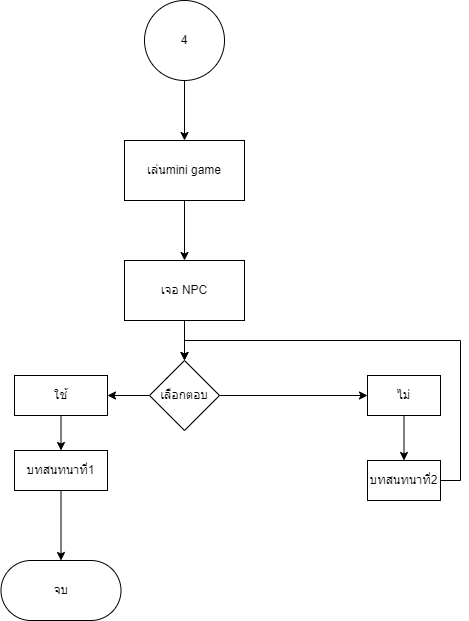
Above: 47.drawio.png in Pundow/ww (draw.io), before the change. Source tidied: cells renumbered, new cells last; positions are measured from the earlier drawing's top-left corner, leaving out a move shared by most shapes.
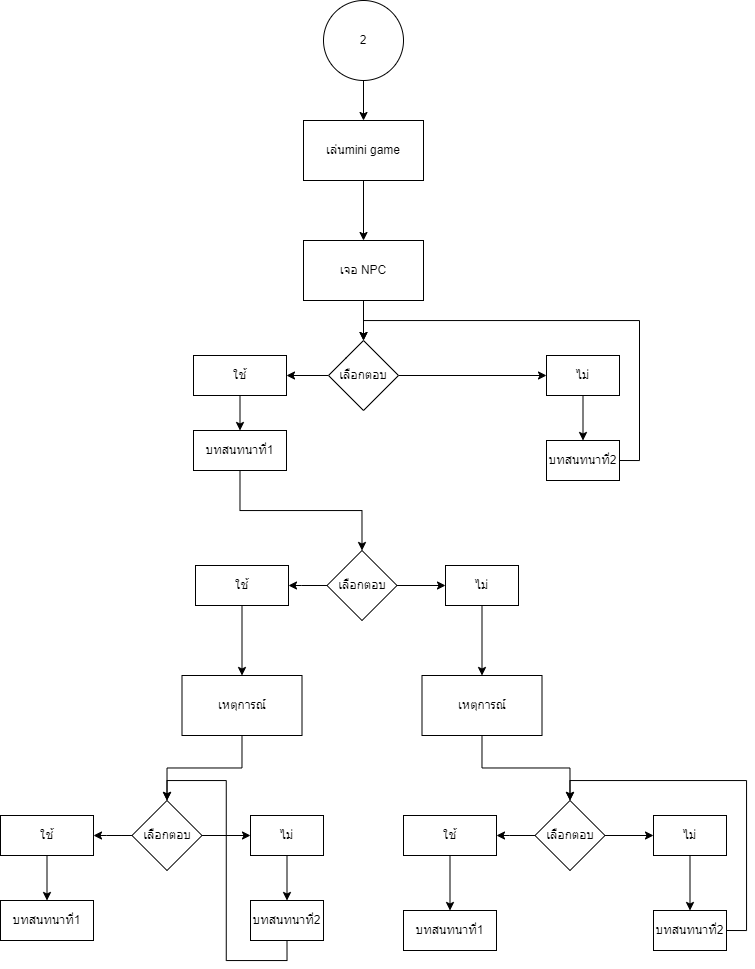
After the commit.

What changed in the source:
```diff
@@ -5,8 +5,8 @@
     <mxCell id="2" style="edgeStyle=orthogonalEdgeStyle;rounded=0;jettySize=auto;html=1;exitX=0.5;exitY=1;exitDx=0;exitDy=0;" parent="1" edge="1" source="3" target="5">
       <mxGeometry relative="1" as="geometry" />
     </mxCell>
-    <mxCell id="3" value="4" style="ellipse;whiteSpace=wrap;html=1;labelBackgroundColor=none;rounded=1;arcSize=0;" parent="1" vertex="1">
-      <mxGeometry x="144" width="80" height="80" as="geometry" />
+    <mxCell id="3" value="2" style="ellipse;whiteSpace=wrap;html=1;labelBackgroundColor=none;rounded=1;arcSize=0;" parent="1" vertex="1">
+      <mxGeometry x="144" y="20" width="80" height="80" as="geometry" />
     </mxCell>
     <mxCell id="4" style="edgeStyle=orthogonalEdgeStyle;rounded=0;jettySize=auto;html=1;" parent="1" edge="1" source="5" target="7">
       <mxGeometry relative="1" as="geometry" />
@@ -47,14 +47,104 @@
     <mxCell id="16" value="บทสนทนาที่2" style="whiteSpace=wrap;html=1;labelBackgroundColor=none;rounded=1;arcSize=0;" parent="1" vertex="1">
       <mxGeometry x="367" y="460" width="73" height="40" as="geometry" />
     </mxCell>
-    <mxCell id="17" style="edgeStyle=orthogonalEdgeStyle;rounded=0;jettySize=auto;html=1;" parent="1" edge="1" source="18" target="19">
-      <mxGeometry relative="1" as="geometry" />
-    </mxCell>
+    <mxCell id="20" style="edgeStyle=orthogonalEdgeStyle;rounded=0;jettySize=auto;html=1;exitX=0.5;exitY=1;exitDx=0;exitDy=0;entryX=0.5;entryY=0;entryDx=0;entryDy=0;" parent="1" edge="1" source="18" target="23">
+      <mxGeometry relative="1" as="geometry" />
+    </mxCell>
     <mxCell id="18" value="บทสนทนาที่1" style="whiteSpace=wrap;html=1;labelBackgroundColor=none;rounded=1;arcSize=0;" parent="1" vertex="1">
       <mxGeometry x="14" y="450" width="93" height="40" as="geometry" />
     </mxCell>
-    <mxCell id="19" value="จบ" style="whiteSpace=wrap;html=1;labelBackgroundColor=none;rounded=1;arcSize=50;" parent="1" vertex="1">
-      <mxGeometry x="0.5" y="560" width="120" height="60" as="geometry" />
-    </mxCell>
+    <mxCell id="21" style="edgeStyle=orthogonalEdgeStyle;rounded=1;jettySize=auto;html=1;exitX=1;exitY=0.5;exitDx=0;exitDy=0;entryX=0;entryY=0.5;entryDx=0;entryDy=0;labelBackgroundColor=none;fontColor=default;" parent="1" edge="1" source="23" target="27">
+      <mxGeometry relative="1" as="geometry" />
+    </mxCell>
+    <mxCell id="22" style="edgeStyle=orthogonalEdgeStyle;rounded=1;jettySize=auto;html=1;exitX=0;exitY=0.5;exitDx=0;exitDy=0;labelBackgroundColor=none;fontColor=default;" parent="1" edge="1" source="23" target="25">
+      <mxGeometry relative="1" as="geometry" />
+    </mxCell>
+    <mxCell id="23" value="เลือกตอบ" style="rhombus;whiteSpace=wrap;html=1;labelBackgroundColor=none;rounded=1;arcSize=0;" parent="1" vertex="1">
+      <mxGeometry x="147.5" y="570" width="70" height="70" as="geometry" />
+    </mxCell>
+    <mxCell id="24" style="edgeStyle=orthogonalEdgeStyle;rounded=0;jettySize=auto;html=1;" parent="1" edge="1" source="25" target="29">
+      <mxGeometry relative="1" as="geometry" />
+    </mxCell>
+    <mxCell id="25" value="ใช้" style="whiteSpace=wrap;html=1;labelBackgroundColor=none;rounded=1;arcSize=0;" parent="1" vertex="1">
+      <mxGeometry x="16" y="585" width="93" height="40" as="geometry" />
+    </mxCell>
+    <mxCell id="26" style="edgeStyle=orthogonalEdgeStyle;rounded=0;jettySize=auto;html=1;" parent="1" edge="1" source="27" target="31">
+      <mxGeometry relative="1" as="geometry" />
+    </mxCell>
+    <mxCell id="27" value="ไม่" style="whiteSpace=wrap;html=1;labelBackgroundColor=none;rounded=1;arcSize=0;" parent="1" vertex="1">
+      <mxGeometry x="266" y="585" width="73" height="40" as="geometry" />
+    </mxCell>
+    <mxCell id="28" style="edgeStyle=orthogonalEdgeStyle;rounded=0;jettySize=auto;html=1;exitX=0.5;exitY=1;exitDx=0;exitDy=0;entryX=0.5;entryY=0;entryDx=0;entryDy=0;" parent="1" edge="1" source="29" target="34">
+      <mxGeometry relative="1" as="geometry" />
+    </mxCell>
+    <mxCell id="29" value="เหตุการณ์" style="whiteSpace=wrap;html=1;labelBackgroundColor=none;rounded=1;arcSize=0;" parent="1" vertex="1">
+      <mxGeometry x="2.5" y="695" width="120" height="60" as="geometry" />
+    </mxCell>
+    <mxCell id="30" style="edgeStyle=orthogonalEdgeStyle;rounded=0;jettySize=auto;html=1;exitX=0.5;exitY=1;exitDx=0;exitDy=0;entryX=0.5;entryY=0;entryDx=0;entryDy=0;" parent="1" edge="1" source="31" target="41">
+      <mxGeometry relative="1" as="geometry" />
+    </mxCell>
+    <mxCell id="31" value="เหตุการณ์" style="whiteSpace=wrap;html=1;labelBackgroundColor=none;rounded=1;arcSize=0;" parent="1" vertex="1">
+      <mxGeometry x="242.5" y="695" width="120" height="60" as="geometry" />
+    </mxCell>
+    <mxCell id="32" style="edgeStyle=orthogonalEdgeStyle;rounded=1;jettySize=auto;html=1;exitX=1;exitY=0.5;exitDx=0;exitDy=0;entryX=0;entryY=0.5;entryDx=0;entryDy=0;labelBackgroundColor=none;fontColor=default;" parent="1" edge="1" source="34" target="38">
+      <mxGeometry relative="1" as="geometry" />
+    </mxCell>
+    <mxCell id="33" style="edgeStyle=orthogonalEdgeStyle;rounded=1;jettySize=auto;html=1;exitX=0;exitY=0.5;exitDx=0;exitDy=0;labelBackgroundColor=none;fontColor=default;" parent="1" edge="1" source="34" target="36">
+      <mxGeometry relative="1" as="geometry" />
+    </mxCell>
+    <mxCell id="34" value="เลือกตอบ" style="rhombus;whiteSpace=wrap;html=1;labelBackgroundColor=none;rounded=1;arcSize=0;" parent="1" vertex="1">
+      <mxGeometry x="-47.5" y="820" width="70" height="70" as="geometry" />
+    </mxCell>
+    <mxCell id="35" style="edgeStyle=orthogonalEdgeStyle;rounded=0;jettySize=auto;html=1;exitX=0.5;exitY=1;exitDx=0;exitDy=0;entryX=0.5;entryY=0;entryDx=0;entryDy=0;" parent="1" edge="1" source="36" target="48">
+      <mxGeometry relative="1" as="geometry" />
+    </mxCell>
+    <mxCell id="36" value="ใช้" style="whiteSpace=wrap;html=1;labelBackgroundColor=none;rounded=1;arcSize=0;" parent="1" vertex="1">
+      <mxGeometry x="-179" y="835" width="93" height="40" as="geometry" />
+    </mxCell>
+    <mxCell id="37" style="edgeStyle=orthogonalEdgeStyle;rounded=0;jettySize=auto;html=1;exitX=0.5;exitY=1;exitDx=0;exitDy=0;" parent="1" edge="1" source="38" target="47">
+      <mxGeometry relative="1" as="geometry" />
+    </mxCell>
+    <mxCell id="38" value="ไม่" style="whiteSpace=wrap;html=1;labelBackgroundColor=none;rounded=1;arcSize=0;" parent="1" vertex="1">
+      <mxGeometry x="71" y="835" width="73" height="40" as="geometry" />
+    </mxCell>
+    <mxCell id="39" style="edgeStyle=orthogonalEdgeStyle;rounded=1;jettySize=auto;html=1;exitX=1;exitY=0.5;exitDx=0;exitDy=0;entryX=0;entryY=0.5;entryDx=0;entryDy=0;labelBackgroundColor=none;fontColor=default;" parent="1" edge="1" source="41" target="45">
+      <mxGeometry relative="1" as="geometry" />
+    </mxCell>
+    <mxCell id="40" style="edgeStyle=orthogonalEdgeStyle;rounded=1;jettySize=auto;html=1;exitX=0;exitY=0.5;exitDx=0;exitDy=0;labelBackgroundColor=none;fontColor=default;" parent="1" edge="1" source="41" target="43">
+      <mxGeometry relative="1" as="geometry" />
+    </mxCell>
+    <mxCell id="41" value="เลือกตอบ" style="rhombus;whiteSpace=wrap;html=1;labelBackgroundColor=none;rounded=1;arcSize=0;" parent="1" vertex="1">
+      <mxGeometry x="355.5" y="820" width="70" height="70" as="geometry" />
+    </mxCell>
+    <mxCell id="42" style="edgeStyle=orthogonalEdgeStyle;rounded=0;jettySize=auto;html=1;exitX=0.5;exitY=1;exitDx=0;exitDy=0;entryX=0.5;entryY=0;entryDx=0;entryDy=0;" parent="1" edge="1" source="43" target="51">
+      <mxGeometry relative="1" as="geometry" />
+    </mxCell>
+    <mxCell id="43" value="ใช้" style="whiteSpace=wrap;html=1;labelBackgroundColor=none;rounded=1;arcSize=0;" parent="1" vertex="1">
+      <mxGeometry x="224" y="835" width="93" height="40" as="geometry" />
+    </mxCell>
+    <mxCell id="44" style="edgeStyle=orthogonalEdgeStyle;rounded=0;jettySize=auto;html=1;exitX=0.5;exitY=1;exitDx=0;exitDy=0;entryX=0.5;entryY=0;entryDx=0;entryDy=0;" parent="1" edge="1" source="45" target="50">
+      <mxGeometry relative="1" as="geometry" />
+    </mxCell>
+    <mxCell id="45" value="ไม่" style="whiteSpace=wrap;html=1;labelBackgroundColor=none;rounded=1;arcSize=0;" parent="1" vertex="1">
+      <mxGeometry x="474" y="835" width="73" height="40" as="geometry" />
+    </mxCell>
+    <mxCell id="46" style="edgeStyle=orthogonalEdgeStyle;rounded=0;jettySize=auto;html=1;exitX=0.5;exitY=1;exitDx=0;exitDy=0;entryX=0.5;entryY=0;entryDx=0;entryDy=0;" parent="1" edge="1" source="47" target="34">
+      <mxGeometry relative="1" as="geometry" />
+    </mxCell>
+    <mxCell id="47" value="บทสนทนาที่2" style="whiteSpace=wrap;html=1;labelBackgroundColor=none;rounded=1;arcSize=0;" parent="1" vertex="1">
+      <mxGeometry x="71" y="920" width="73" height="40" as="geometry" />
+    </mxCell>
+    <mxCell id="48" value="บทสนทนาที่1" style="whiteSpace=wrap;html=1;labelBackgroundColor=none;rounded=1;arcSize=0;" parent="1" vertex="1">
+      <mxGeometry x="-179" y="920" width="93" height="40" as="geometry" />
+    </mxCell>
+    <mxCell id="49" style="edgeStyle=orthogonalEdgeStyle;rounded=0;jettySize=auto;html=1;exitX=1;exitY=0.5;exitDx=0;exitDy=0;entryX=0.5;entryY=0;entryDx=0;entryDy=0;" parent="1" edge="1" source="50" target="41">
+      <mxGeometry relative="1" as="geometry" />
+    </mxCell>
+    <mxCell id="50" value="บทสนทนาที่2" style="whiteSpace=wrap;html=1;labelBackgroundColor=none;rounded=1;arcSize=0;" parent="1" vertex="1">
+      <mxGeometry x="474" y="930" width="73" height="40" as="geometry" />
+    </mxCell>
+    <mxCell id="51" value="บทสนทนาที่1" style="whiteSpace=wrap;html=1;labelBackgroundColor=none;rounded=1;arcSize=0;" parent="1" vertex="1">
+      <mxGeometry x="224" y="930" width="93" height="40" as="geometry" />
+    </mxCell>
   </root>
 </mxGraphModel>
```
